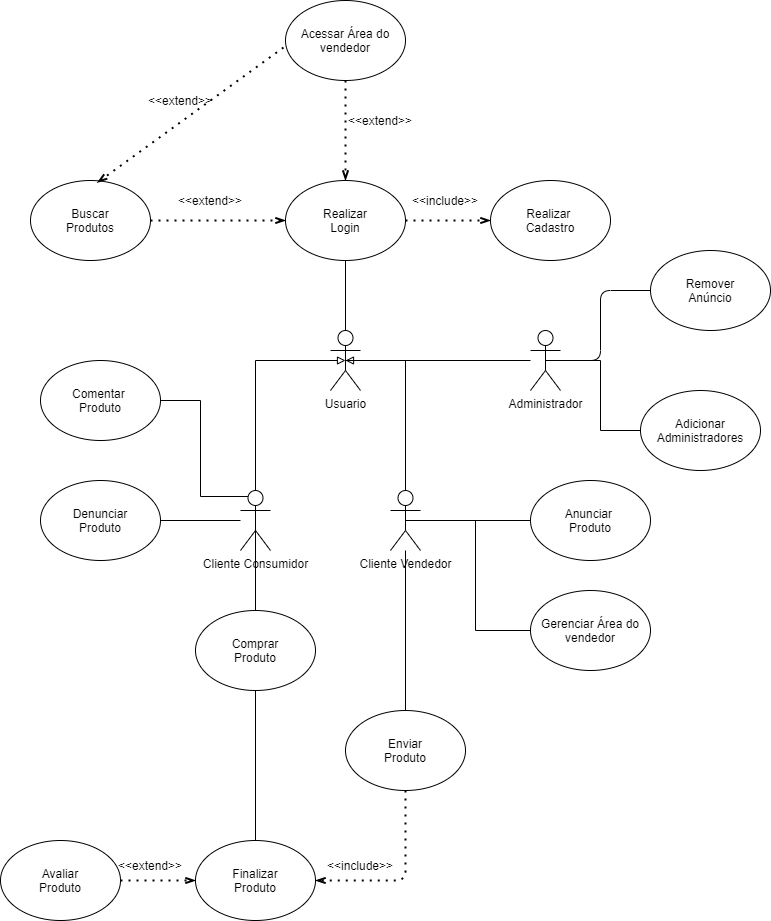
Before: docs/img/visao-de-software/Mercado_Privado.png, a diagram exported from draw.io (lucaspp0/MPLs). Source tidied: cells renumbered, new cells last; positions are measured from the earlier drawing's top-left corner, leaving out a move shared by most shapes.
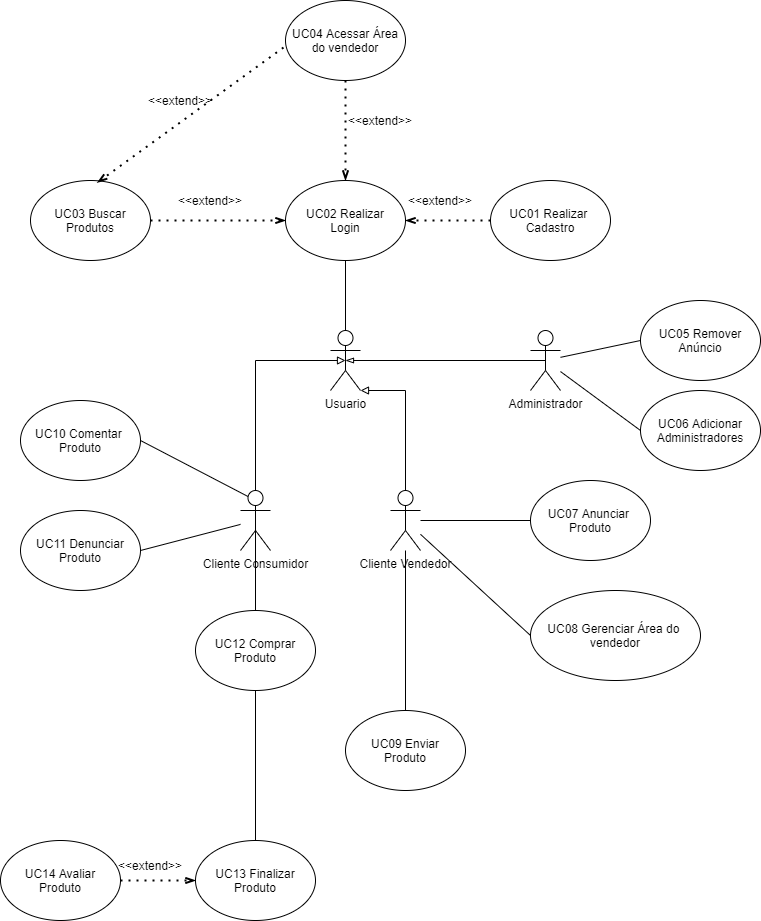
The same diagram one commit later.

Commit message:
descricao caso de uso adicionada

The edit, as a diff of the source:
```diff
@@ -9,10 +9,10 @@
         </Array>
       </mxGeometry>
     </mxCell>
-    <mxCell id="3" style="edgeStyle=orthogonalEdgeStyle;rounded=0;jettySize=auto;html=1;entryX=1;entryY=0.5;entryDx=0;entryDy=0;endArrow=none;endFill=0;" parent="1" edge="1" source="5" target="26">
+    <mxCell id="3" style="rounded=0;jettySize=auto;html=1;entryX=1;entryY=0.5;entryDx=0;entryDy=0;endArrow=none;endFill=0;" parent="1" edge="1" source="5" target="26">
       <mxGeometry relative="1" as="geometry" />
     </mxCell>
-    <mxCell id="4" style="edgeStyle=orthogonalEdgeStyle;rounded=0;jettySize=auto;html=1;exitX=0.25;exitY=0.1;exitDx=0;exitDy=0;exitPerimeter=0;entryX=1;entryY=0.5;entryDx=0;entryDy=0;endArrow=none;endFill=0;" parent="1" edge="1" source="5" target="25">
+    <mxCell id="4" style="rounded=0;jettySize=auto;html=1;exitX=0.25;exitY=0.1;exitDx=0;exitDy=0;exitPerimeter=0;entryX=1;entryY=0.5;entryDx=0;entryDy=0;endArrow=none;endFill=0;" parent="1" edge="1" source="5" target="25">
       <mxGeometry relative="1" as="geometry" />
     </mxCell>
     <mxCell id="5" value="Cliente Consumidor" style="shape=umlActor;verticalLabelPosition=bottom;verticalAlign=top;html=1;outlineConnect=0;" parent="1" vertex="1">
@@ -21,28 +21,28 @@
     <mxCell id="6" style="edgeStyle=orthogonalEdgeStyle;rounded=0;jettySize=auto;html=1;entryX=0.5;entryY=0;entryDx=0;entryDy=0;endArrow=none;endFill=0;" parent="1" edge="1" source="8" target="22">
       <mxGeometry relative="1" as="geometry" />
     </mxCell>
-    <mxCell id="7" style="edgeStyle=orthogonalEdgeStyle;rounded=0;jettySize=auto;html=1;entryX=0;entryY=0.5;entryDx=0;entryDy=0;endArrow=none;endFill=0;" parent="1" edge="1" source="8" target="43">
+    <mxCell id="7" style="rounded=0;jettySize=auto;html=1;entryX=0;entryY=0.5;entryDx=0;entryDy=0;endArrow=none;endFill=0;" parent="1" edge="1" source="8" target="43">
       <mxGeometry relative="1" as="geometry" />
     </mxCell>
     <mxCell id="8" value="Cliente&amp;nbsp;&lt;span&gt;Vendedor&lt;/span&gt;" style="shape=umlActor;verticalLabelPosition=bottom;verticalAlign=top;html=1;outlineConnect=0;" parent="1" vertex="1">
       <mxGeometry x="390" y="490" width="30" height="60" as="geometry" />
     </mxCell>
-    <mxCell id="9" style="edgeStyle=orthogonalEdgeStyle;rounded=0;jettySize=auto;html=1;entryX=0.5;entryY=0.5;entryDx=0;entryDy=0;entryPerimeter=0;endArrow=none;endFill=0;" parent="1" edge="1" source="11" target="16">
+    <mxCell id="9" style="edgeStyle=orthogonalEdgeStyle;rounded=0;jettySize=auto;html=1;entryX=0.5;entryY=0.5;entryDx=0;entryDy=0;entryPerimeter=0;endArrow=blockThin;endFill=0;exitX=0.5;exitY=0.5;exitDx=0;exitDy=0;exitPerimeter=0;" parent="1" edge="1" source="11" target="16">
       <mxGeometry relative="1" as="geometry" />
     </mxCell>
-    <mxCell id="10" style="edgeStyle=orthogonalEdgeStyle;rounded=0;jettySize=auto;html=1;entryX=0;entryY=0.5;entryDx=0;entryDy=0;endArrow=none;endFill=0;" parent="1" edge="1" source="11" target="39">
+    <mxCell id="10" style="rounded=0;jettySize=auto;html=1;entryX=0;entryY=0.5;entryDx=0;entryDy=0;endArrow=none;endFill=0;" parent="1" edge="1" source="11" target="39">
       <mxGeometry relative="1" as="geometry" />
     </mxCell>
     <mxCell id="11" value="Administrador" style="shape=umlActor;verticalLabelPosition=bottom;verticalAlign=top;html=1;outlineConnect=0;" parent="1" vertex="1">
       <mxGeometry x="530" y="330" width="30" height="60" as="geometry" />
     </mxCell>
-    <mxCell id="12" value="Anunciar &lt;br&gt;Produto" style="ellipse;whiteSpace=wrap;html=1;" parent="1" vertex="1">
+    <mxCell id="12" value="UC07 Anunciar &lt;br&gt;Produto" style="ellipse;whiteSpace=wrap;html=1;" parent="1" vertex="1">
       <mxGeometry x="530" y="480" width="120" height="80" as="geometry" />
     </mxCell>
-    <mxCell id="13" value="Buscar&lt;br&gt;Produtos" style="ellipse;whiteSpace=wrap;html=1;" parent="1" vertex="1">
+    <mxCell id="13" value="UC03 Buscar&lt;br&gt;Produtos" style="ellipse;whiteSpace=wrap;html=1;" parent="1" vertex="1">
       <mxGeometry x="30" y="180" width="120" height="80" as="geometry" />
     </mxCell>
-    <mxCell id="14" value="Realizar &lt;br&gt;Cadastro" style="ellipse;whiteSpace=wrap;html=1;" parent="1" vertex="1">
+    <mxCell id="14" value="UC01 Realizar &lt;br&gt;Cadastro" style="ellipse;whiteSpace=wrap;html=1;" parent="1" vertex="1">
       <mxGeometry x="490" y="180" width="120" height="80" as="geometry" />
     </mxCell>
     <mxCell id="15" style="edgeStyle=orthogonalEdgeStyle;rounded=0;jettySize=auto;html=1;exitX=0.75;exitY=0.1;exitDx=0;exitDy=0;exitPerimeter=0;entryX=0;entryY=0.5;entryDx=0;entryDy=0;strokeColor=none;endArrow=none;endFill=0;" parent="1" edge="1" source="16" target="14">
@@ -51,55 +51,52 @@
     <mxCell id="16" value="Usuario&lt;br&gt;" style="shape=umlActor;verticalLabelPosition=bottom;verticalAlign=top;html=1;outlineConnect=0;" parent="1" vertex="1">
       <mxGeometry x="330" y="330" width="30" height="60" as="geometry" />
     </mxCell>
-    <mxCell id="17" style="edgeStyle=none;rounded=0;jettySize=auto;html=1;endArrow=block;endFill=0;entryX=0.5;entryY=0.5;entryDx=0;entryDy=0;entryPerimeter=0;exitX=0.5;exitY=0;exitDx=0;exitDy=0;exitPerimeter=0;" parent="1" edge="1" source="8" target="16">
+    <mxCell id="17" style="edgeStyle=none;rounded=0;jettySize=auto;html=1;endArrow=block;endFill=0;entryX=1;entryY=1;entryDx=0;entryDy=0;entryPerimeter=0;exitX=0.5;exitY=0;exitDx=0;exitDy=0;exitPerimeter=0;" parent="1" edge="1" source="8" target="16">
       <mxGeometry relative="1" as="geometry">
         <Array as="points">
-          <mxPoint x="405" y="360" />
+          <mxPoint x="405" y="390" />
         </Array>
       </mxGeometry>
     </mxCell>
     <mxCell id="18" style="endArrow=none;html=1;entryX=0.5;entryY=1;entryDx=0;entryDy=0;exitX=0.5;exitY=0;exitDx=0;exitDy=0;exitPerimeter=0;" parent="1" edge="1" source="16" target="30">
       <mxGeometry relative="1" as="geometry" />
     </mxCell>
-    <mxCell id="19" style="endArrow=none;html=1;entryX=0.5;entryY=0.5;entryDx=0;entryDy=0;entryPerimeter=0;exitX=0;exitY=0.5;exitDx=0;exitDy=0;" parent="1" edge="1" source="12" target="8">
-      <mxGeometry relative="1" as="geometry" />
+    <mxCell id="19" style="endArrow=none;html=1;exitX=0;exitY=0.5;exitDx=0;exitDy=0;" parent="1" edge="1" source="12">
+      <mxGeometry relative="1" as="geometry">
+        <mxPoint x="420" y="520" as="targetPoint" />
+      </mxGeometry>
     </mxCell>
     <mxCell id="20" style="edgeStyle=orthogonalEdgeStyle;rounded=0;jettySize=auto;html=1;endArrow=none;endFill=0;" parent="1" edge="1" source="21" target="23">
       <mxGeometry relative="1" as="geometry" />
     </mxCell>
-    <mxCell id="21" value="Comprar&lt;br&gt;Produto" style="ellipse;whiteSpace=wrap;html=1;" parent="1" vertex="1">
+    <mxCell id="21" value="UC12 Comprar&lt;br&gt;Produto" style="ellipse;whiteSpace=wrap;html=1;" parent="1" vertex="1">
       <mxGeometry x="195" y="610" width="120" height="80" as="geometry" />
     </mxCell>
-    <mxCell id="22" value="Enviar&lt;br&gt;Produto" style="ellipse;whiteSpace=wrap;html=1;" parent="1" vertex="1">
+    <mxCell id="22" value="UC09 Enviar&lt;br&gt;Produto" style="ellipse;whiteSpace=wrap;html=1;" parent="1" vertex="1">
       <mxGeometry x="345" y="710" width="120" height="80" as="geometry" />
     </mxCell>
-    <mxCell id="23" value="Finalizar&lt;br&gt;Produto" style="ellipse;whiteSpace=wrap;html=1;" parent="1" vertex="1">
+    <mxCell id="23" value="UC13 Finalizar&lt;br&gt;Produto" style="ellipse;whiteSpace=wrap;html=1;" parent="1" vertex="1">
       <mxGeometry x="195" y="840" width="120" height="80" as="geometry" />
     </mxCell>
-    <mxCell id="24" value="Avaliar&lt;br&gt;Produto" style="ellipse;whiteSpace=wrap;html=1;" parent="1" vertex="1">
+    <mxCell id="24" value="UC14 Avaliar&lt;br&gt;Produto" style="ellipse;whiteSpace=wrap;html=1;" parent="1" vertex="1">
       <mxGeometry y="840" width="120" height="80" as="geometry" />
     </mxCell>
-    <mxCell id="25" value="Comentar &lt;br&gt;Produto" style="ellipse;whiteSpace=wrap;html=1;" parent="1" vertex="1">
-      <mxGeometry x="40" y="360" width="120" height="80" as="geometry" />
+    <mxCell id="25" value="UC10 Comentar &lt;br&gt;Produto" style="ellipse;whiteSpace=wrap;html=1;" parent="1" vertex="1">
+      <mxGeometry x="20" y="400" width="120" height="80" as="geometry" />
     </mxCell>
-    <mxCell id="26" value="Denunciar&lt;br&gt;Produto" style="ellipse;whiteSpace=wrap;html=1;" parent="1" vertex="1">
-      <mxGeometry x="40" y="480" width="120" height="80" as="geometry" />
+    <mxCell id="26" value="UC11 Denunciar&lt;br&gt;Produto" style="ellipse;whiteSpace=wrap;html=1;" parent="1" vertex="1">
+      <mxGeometry x="20" y="510" width="120" height="80" as="geometry" />
     </mxCell>
-    <mxCell id="27" value="Remover&lt;br&gt;Anúncio" style="ellipse;whiteSpace=wrap;html=1;" parent="1" vertex="1">
-      <mxGeometry x="650" y="250" width="120" height="80" as="geometry" />
+    <mxCell id="27" value="UC05 Remover&lt;br&gt;Anúncio" style="ellipse;whiteSpace=wrap;html=1;" parent="1" vertex="1">
+      <mxGeometry x="640" y="300" width="120" height="80" as="geometry" />
     </mxCell>
-    <mxCell id="28" style="endArrow=none;html=1;entryX=0.5;entryY=0.5;entryDx=0;entryDy=0;entryPerimeter=0;exitX=0;exitY=0.5;exitDx=0;exitDy=0;" parent="1" edge="1" source="27" target="11">
-      <mxGeometry relative="1" as="geometry">
-        <Array as="points">
-          <mxPoint x="600" y="290" />
-          <mxPoint x="600" y="360" />
-        </Array>
-      </mxGeometry>
+    <mxCell id="28" style="endArrow=none;html=1;exitX=0;exitY=0.5;exitDx=0;exitDy=0;" parent="1" edge="1" source="27" target="11">
+      <mxGeometry relative="1" as="geometry" />
     </mxCell>
     <mxCell id="29" style="endArrow=none;html=1;entryX=0.5;entryY=0.5;entryDx=0;entryDy=0;entryPerimeter=0;exitX=0.5;exitY=0;exitDx=0;exitDy=0;" parent="1" edge="1" source="21" target="5">
       <mxGeometry relative="1" as="geometry" />
     </mxCell>
-    <mxCell id="30" value="Realizar&lt;br&gt;Login" style="ellipse;whiteSpace=wrap;html=1;" parent="1" vertex="1">
+    <mxCell id="30" value="UC02 Realizar&lt;br&gt;Login" style="ellipse;whiteSpace=wrap;html=1;" parent="1" vertex="1">
       <mxGeometry x="285" y="180" width="120" height="80" as="geometry" />
     </mxCell>
     <mxCell id="31" style="endArrow=openThin;dashed=1;html=1;dashPattern=1 3;strokeWidth=2;endFill=0;exitX=1;exitY=0.5;exitDx=0;exitDy=0;entryX=0;entryY=0.5;entryDx=0;entryDy=0;" parent="1" edge="1" source="13" target="30">
@@ -108,32 +105,19 @@
     <mxCell id="32" value="&amp;lt;&amp;lt;extend&amp;gt;&amp;gt;" style="text;html=1;strokeColor=none;fillColor=none;align=center;verticalAlign=middle;whiteSpace=wrap;rounded=0;" parent="1" vertex="1">
       <mxGeometry x="190" y="190" width="40" height="20" as="geometry" />
     </mxCell>
-    <mxCell id="33" style="endArrow=openThin;dashed=1;html=1;dashPattern=1 3;strokeWidth=2;endFill=0;exitX=1;exitY=0.5;exitDx=0;exitDy=0;entryX=0;entryY=0.5;entryDx=0;entryDy=0;" parent="1" edge="1" source="30" target="14">
+    <mxCell id="33" style="endArrow=openThin;dashed=1;html=1;dashPattern=1 3;strokeWidth=2;endFill=0;exitX=0;exitY=0.5;exitDx=0;exitDy=0;entryX=1;entryY=0.5;entryDx=0;entryDy=0;" parent="1" edge="1" source="14" target="30">
       <mxGeometry relative="1" as="geometry" />
     </mxCell>
-    <mxCell id="34" value="&amp;lt;&amp;lt;include&amp;gt;&amp;gt;" style="text;html=1;strokeColor=none;fillColor=none;align=center;verticalAlign=middle;whiteSpace=wrap;rounded=0;" parent="1" vertex="1">
-      <mxGeometry x="425" y="190" width="40" height="20" as="geometry" />
-    </mxCell>
-    <mxCell id="35" value="&amp;lt;&amp;lt;include&amp;gt;&amp;gt;" style="text;html=1;strokeColor=none;fillColor=none;align=center;verticalAlign=middle;whiteSpace=wrap;rounded=0;" parent="1" vertex="1">
-      <mxGeometry x="340" y="855" width="40" height="20" as="geometry" />
-    </mxCell>
-    <mxCell id="36" style="endArrow=openThin;dashed=1;html=1;dashPattern=1 3;strokeWidth=2;endFill=0;exitX=0.5;exitY=1;exitDx=0;exitDy=0;entryX=1;entryY=0.5;entryDx=0;entryDy=0;" parent="1" edge="1" source="22" target="23">
-      <mxGeometry relative="1" as="geometry">
-        <Array as="points">
-          <mxPoint x="405" y="880" />
-        </Array>
-      </mxGeometry>
-    </mxCell>
     <mxCell id="37" style="endArrow=openThin;dashed=1;html=1;dashPattern=1 3;strokeWidth=2;endFill=0;exitX=1;exitY=0.5;exitDx=0;exitDy=0;entryX=0;entryY=0.5;entryDx=0;entryDy=0;" parent="1" edge="1" source="24" target="23">
       <mxGeometry relative="1" as="geometry" />
     </mxCell>
     <mxCell id="38" value="&amp;lt;&amp;lt;extend&amp;gt;&amp;gt;" style="text;html=1;strokeColor=none;fillColor=none;align=center;verticalAlign=middle;whiteSpace=wrap;rounded=0;" parent="1" vertex="1">
       <mxGeometry x="130" y="855" width="40" height="20" as="geometry" />
     </mxCell>
-    <mxCell id="39" value="Adicionar Administradores" style="ellipse;whiteSpace=wrap;html=1;" parent="1" vertex="1">
+    <mxCell id="39" value="UC06 Adicionar Administradores" style="ellipse;whiteSpace=wrap;html=1;" parent="1" vertex="1">
       <mxGeometry x="640" y="390" width="120" height="80" as="geometry" />
     </mxCell>
-    <mxCell id="40" value="Acessar Área do vendedor" style="ellipse;whiteSpace=wrap;html=1;" parent="1" vertex="1">
+    <mxCell id="40" value="UC04 Acessar Área do vendedor" style="ellipse;whiteSpace=wrap;html=1;" parent="1" vertex="1">
       <mxGeometry x="285" width="120" height="80" as="geometry" />
     </mxCell>
     <mxCell id="41" value="&amp;lt;&amp;lt;extend&amp;gt;&amp;gt;" style="text;html=1;strokeColor=none;fillColor=none;align=center;verticalAlign=middle;whiteSpace=wrap;rounded=0;" parent="1" vertex="1">
@@ -142,8 +126,8 @@
     <mxCell id="42" style="endArrow=openThin;dashed=1;html=1;dashPattern=1 3;strokeWidth=2;endFill=0;exitX=0.5;exitY=1;exitDx=0;exitDy=0;entryX=0.5;entryY=0;entryDx=0;entryDy=0;" parent="1" edge="1" source="40" target="30">
       <mxGeometry relative="1" as="geometry" />
     </mxCell>
-    <mxCell id="43" value="Gerenciar Área do vendedor" style="ellipse;whiteSpace=wrap;html=1;" parent="1" vertex="1">
-      <mxGeometry x="530" y="590" width="120" height="80" as="geometry" />
+    <mxCell id="43" value="UC08 Gerenciar Área do&amp;nbsp;&lt;br&gt;vendedor" style="ellipse;whiteSpace=wrap;html=1;" parent="1" vertex="1">
+      <mxGeometry x="530" y="590" width="170" height="90" as="geometry" />
     </mxCell>
     <mxCell id="44" style="endArrow=openThin;dashed=1;html=1;dashPattern=1 3;strokeWidth=2;endFill=0;exitX=-0.017;exitY=0.588;exitDx=0;exitDy=0;entryX=0.558;entryY=0.025;entryDx=0;entryDy=0;entryPerimeter=0;exitPerimeter=0;" parent="1" edge="1" source="40" target="13">
       <mxGeometry relative="1" as="geometry" />
@@ -151,5 +135,8 @@
     <mxCell id="45" value="&amp;lt;&amp;lt;extend&amp;gt;&amp;gt;" style="text;html=1;strokeColor=none;fillColor=none;align=center;verticalAlign=middle;whiteSpace=wrap;rounded=0;" parent="1" vertex="1">
       <mxGeometry x="160" y="90" width="40" height="20" as="geometry" />
     </mxCell>
+    <mxCell id="46" value="&amp;lt;&amp;lt;extend&amp;gt;&amp;gt;" style="text;html=1;strokeColor=none;fillColor=none;align=center;verticalAlign=middle;whiteSpace=wrap;rounded=0;" parent="1" vertex="1">
+      <mxGeometry x="420" y="190" width="40" height="20" as="geometry" />
+    </mxCell>
   </root>
 </mxGraphModel>
```
